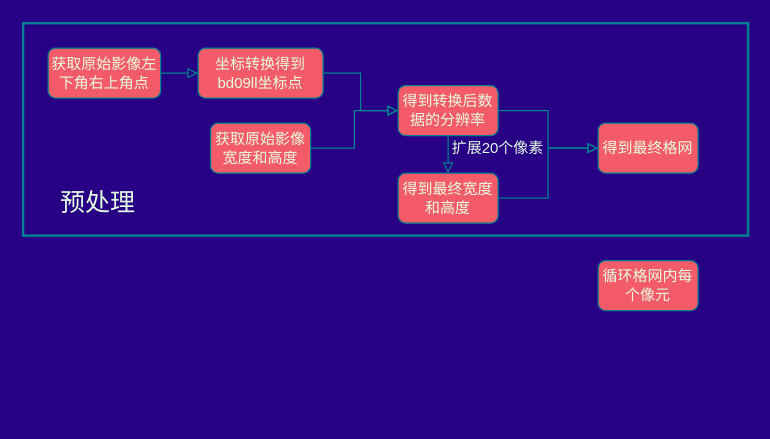
The draw.io diagram Untitled Diagram.drawio in ninexy/springcloudConfig, before the edit. Source tidied: cells renumbered, new cells numbered last; positions are measured from the earlier drawing's top-left corner, leaving out a move shared by most shapes. Both pictures are drawn from the tidied source at 125%, with x=0, y=0 at pixel (22, 22).
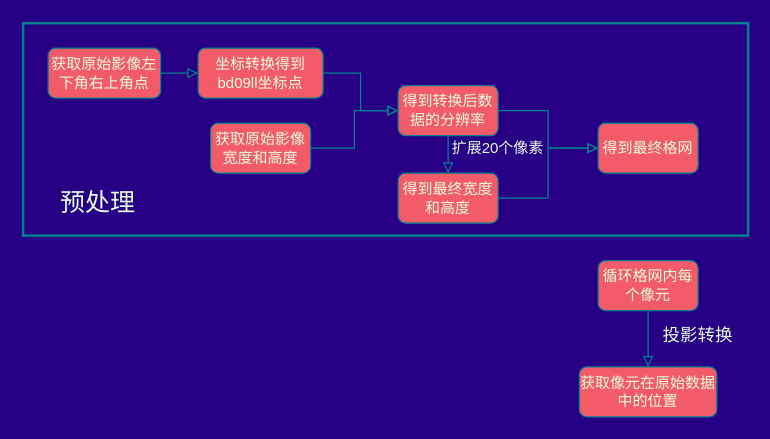
The same diagram, later.

The change refers to these unchanged cells:
```xml
<mxCell id="16" value="循环格网内每个像元" style="rounded=1;whiteSpace=wrap;html=1;fontColor=#E4FDE1;fillColor=#F45B69;strokeColor=#028090;" parent="1" vertex="1">
  <mxGeometry x="460" y="190" width="80" height="40" as="geometry" />
</mxCell>
```

Diff of the diagram source:
```diff
@@
+    <mxCell id="18" style="edgeStyle=orthogonalEdgeStyle;rounded=0;jettySize=auto;html=1;exitX=0.5;exitY=1;exitDx=0;exitDy=0;entryX=0.5;entryY=0;entryDx=0;entryDy=0;labelBackgroundColor=#114B5F;endArrow=block;endFill=0;strokeColor=#028090;fontSize=20;fontColor=#E4FDE1;" parent="1" edge="1" source="16" target="19">
+      <mxGeometry relative="1" as="geometry" />
+    </mxCell>
@@
+    <mxCell id="19" value="获取像元在原始数据中的位置" style="rounded=1;whiteSpace=wrap;html=1;fontColor=#E4FDE1;fillColor=#F45B69;strokeColor=#028090;" parent="1" vertex="1">
+      <mxGeometry x="445" y="275" width="110" height="40" as="geometry" />
+    </mxCell>
+    <mxCell id="20" value="投影转换" style="text;html=1;strokeColor=none;fillColor=none;align=center;verticalAlign=middle;whiteSpace=wrap;rounded=0;sketch=0;fontSize=14;fontColor=#E4FDE1;" parent="1" vertex="1">
+      <mxGeometry x="500" y="240" width="80" height="20" as="geometry" />
+    </mxCell>
```
